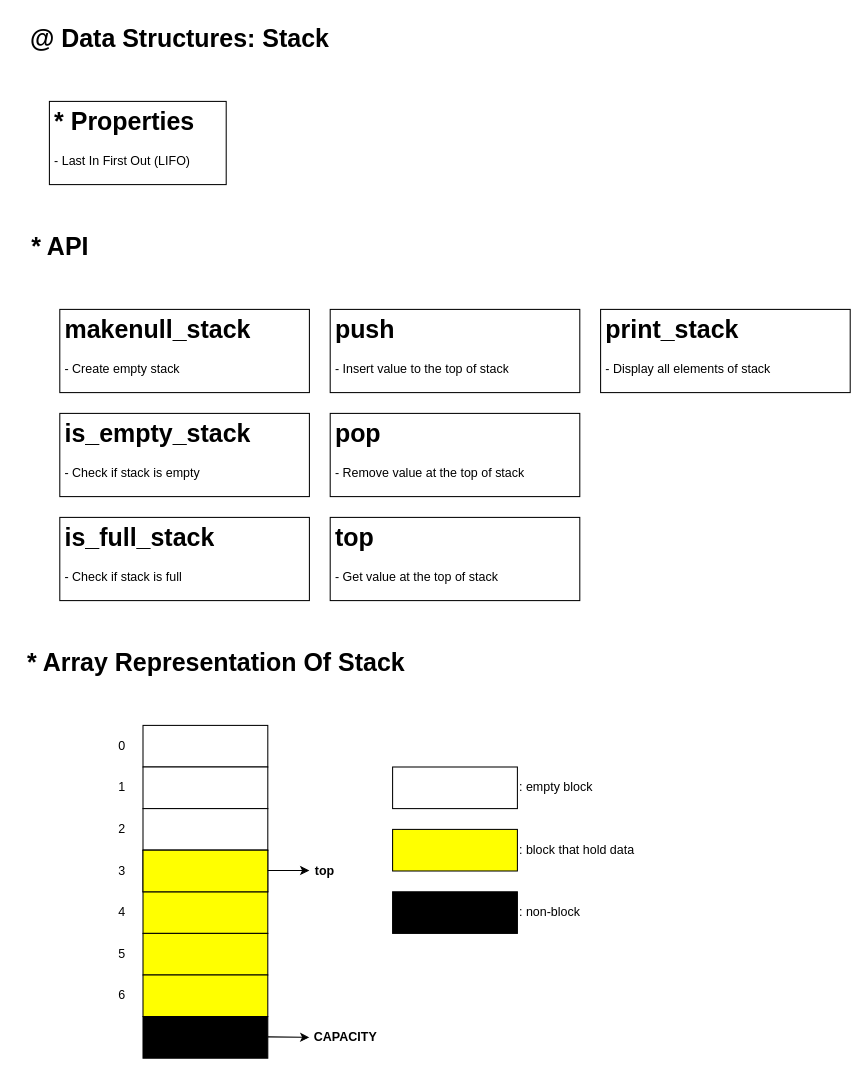
The draw.io diagram src/dsa/Stack/diagram/stack.drawio in publicforall1/c-lang, before the edit. Source tidied: cells renumbered, new cells numbered last; positions are measured from the earlier drawing's top-left corner, leaving out a move shared by most shapes. Both pictures are drawn from the tidied source at 104%, with x=0, y=0 at pixel (18, 18).
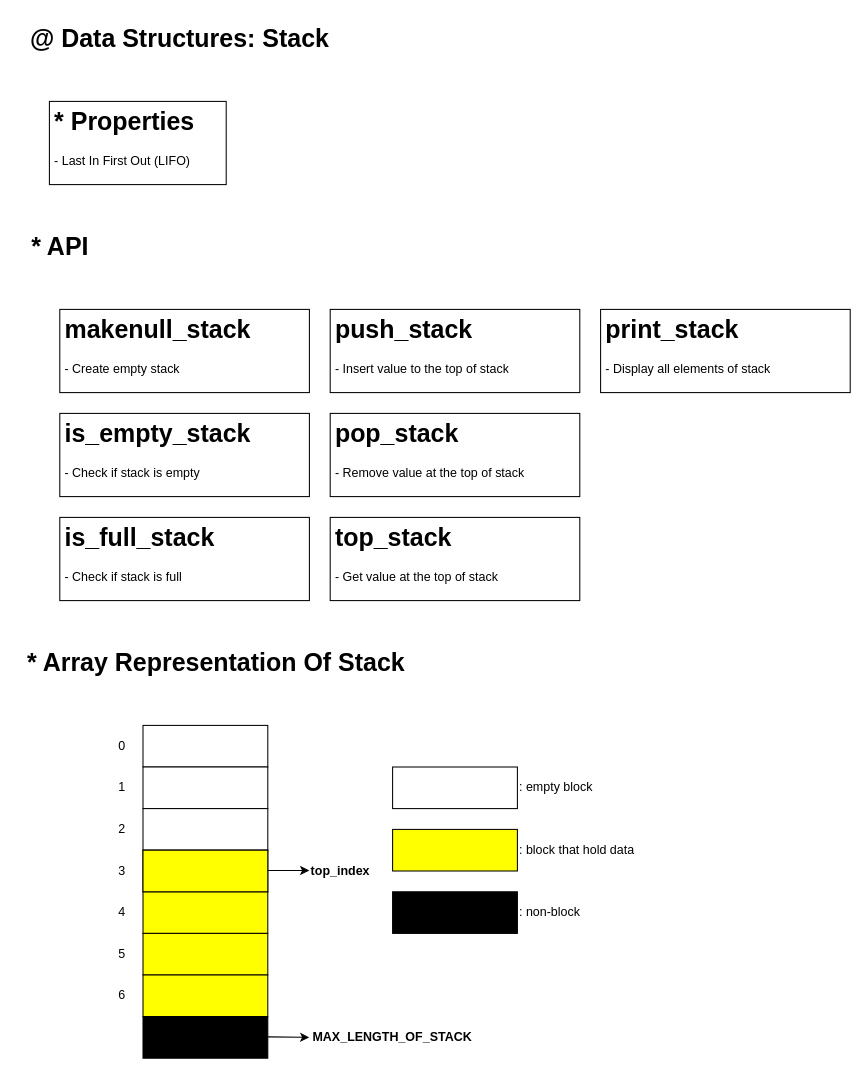
Above is the later version.

Commit message (it also covers changes not shown here):
@compatible: Stack

Change to the diagram source:
```diff
@@
-    <mxCell id="8" value="&lt;h1&gt;push&lt;/h1&gt;&lt;p&gt;- Insert value to the top of stack&lt;/p&gt;" style="text;html=1;strokeColor=#000000;fillColor=none;spacing=5;spacingTop=-20;whiteSpace=wrap;overflow=hidden;rounded=0;" parent="1" vertex="1">
+    <mxCell id="8" value="&lt;h1&gt;push_stack&lt;/h1&gt;&lt;p&gt;- Insert value to the top of stack&lt;/p&gt;" style="text;html=1;strokeColor=#000000;fillColor=none;spacing=5;spacingTop=-20;whiteSpace=wrap;overflow=hidden;rounded=0;" parent="1" vertex="1">
       <mxGeometry x="300" y="280" width="240" height="80" as="geometry" />
     </mxCell>
-    <mxCell id="9" value="&lt;h1&gt;pop&lt;/h1&gt;&lt;p&gt;- Remove value at the top of stack&lt;/p&gt;" style="text;html=1;strokeColor=#000000;fillColor=none;spacing=5;spacingTop=-20;whiteSpace=wrap;overflow=hidden;rounded=0;" parent="1" vertex="1">
+    <mxCell id="9" value="&lt;h1&gt;pop_stack&lt;/h1&gt;&lt;p&gt;- Remove value at the top of stack&lt;/p&gt;" style="text;html=1;strokeColor=#000000;fillColor=none;spacing=5;spacingTop=-20;whiteSpace=wrap;overflow=hidden;rounded=0;" parent="1" vertex="1">
       <mxGeometry x="300" y="380" width="240" height="80" as="geometry" />
     </mxCell>
-    <mxCell id="10" value="&lt;h1&gt;top&lt;/h1&gt;&lt;p&gt;- Get value at the top of stack&lt;/p&gt;" style="text;html=1;strokeColor=#000000;fillColor=none;spacing=5;spacingTop=-20;whiteSpace=wrap;overflow=hidden;rounded=0;" parent="1" vertex="1">
+    <mxCell id="10" value="&lt;h1&gt;top_stack&lt;/h1&gt;&lt;p&gt;- Get value at the top of stack&lt;/p&gt;" style="text;html=1;strokeColor=#000000;fillColor=none;spacing=5;spacingTop=-20;whiteSpace=wrap;overflow=hidden;rounded=0;" parent="1" vertex="1">
       <mxGeometry x="300" y="480" width="240" height="80" as="geometry" />
     </mxCell>
@@
-    <mxCell id="21" value="&lt;b&gt;top&lt;/b&gt;" style="text;html=1;strokeColor=none;fillColor=none;align=center;verticalAlign=middle;whiteSpace=wrap;rounded=0;" parent="1" vertex="1">
-      <mxGeometry x="280" y="810" width="30" height="20" as="geometry" />
+    <mxCell id="21" value="&lt;b&gt;top_index&lt;/b&gt;" style="text;html=1;strokeColor=none;fillColor=none;align=center;verticalAlign=middle;whiteSpace=wrap;rounded=0;" parent="1" vertex="1">
+      <mxGeometry x="280" y="810" width="60" height="20" as="geometry" />
     </mxCell>
@@
-    <mxCell id="31" value="&lt;b&gt;CAPACITY&lt;/b&gt;" style="text;html=1;strokeColor=none;fillColor=none;align=center;verticalAlign=middle;whiteSpace=wrap;rounded=0;" parent="1" vertex="1">
-      <mxGeometry x="280" y="970" width="70" height="20" as="geometry" />
+    <mxCell id="31" value="&lt;b&gt;MAX_LENGTH_OF_STACK&lt;/b&gt;" style="text;html=1;strokeColor=none;fillColor=none;align=center;verticalAlign=middle;whiteSpace=wrap;rounded=0;" parent="1" vertex="1">
+      <mxGeometry x="280" y="970" width="160" height="20" as="geometry" />
     </mxCell>
```
